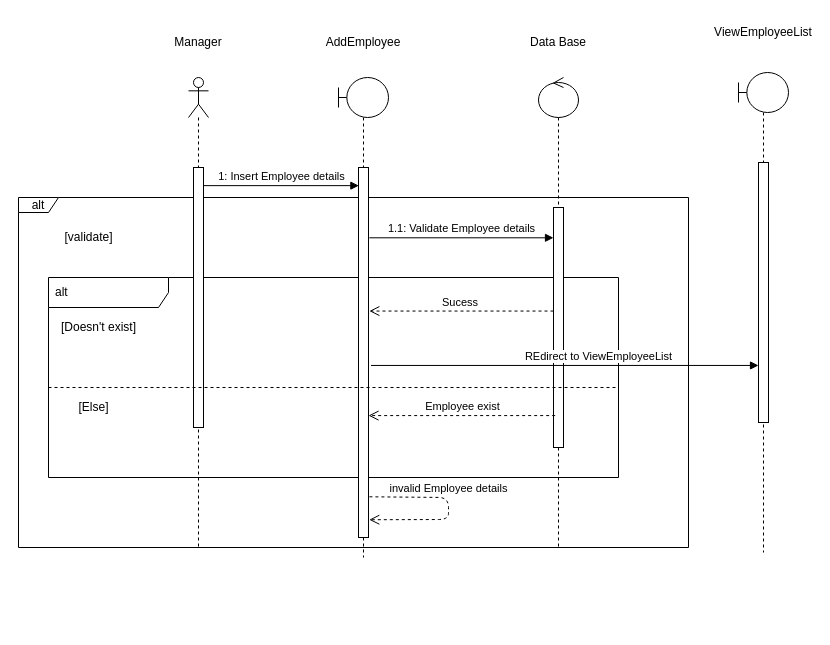
Earlier version of the draw.io diagram page "Page-2" (1 of 2) of diagram/main/Sequence/RegisterEmplyoo.drawio (bosshentai/tccCode). Source tidied: cells renumbered, new cells numbered last; positions are measured from the earlier drawing's top-left corner, leaving out a move shared by most shapes. Both pictures are drawn from the tidied source at 100%, with x=0, y=0 at pixel (18, 17).
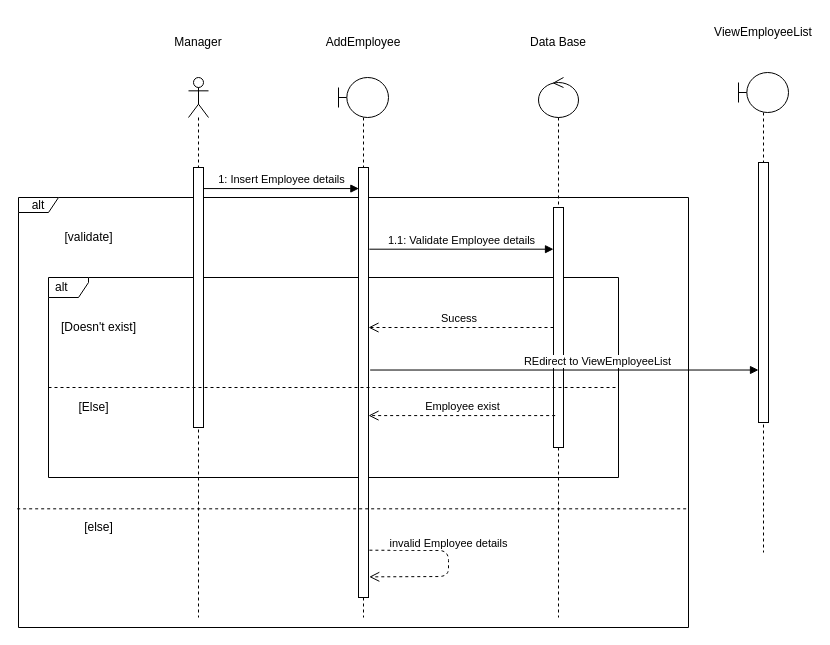
The same page after the edit.

Unchanged cells that the change refers to:
```xml
<mxCell id="15" style="html=1;points=[];perimeter=orthogonalPerimeter;" parent="1" vertex="1">
  <mxGeometry x="535" y="190" width="10" height="240" as="geometry" />
</mxCell>
<mxCell id="20" style="html=1;points=[];perimeter=orthogonalPerimeter;" parent="19" vertex="1">
  <mxGeometry x="20" y="90" width="10" height="260" as="geometry" />
</mxCell>
```

Change to the diagram source:
```diff
@@
     <mxCell id="2" value="alt" style="shape=umlFrame;whiteSpace=wrap;html=1;width=40;height=15;" parent="1" vertex="1">
-      <mxGeometry y="180" width="670" height="350" as="geometry" />
+      <mxGeometry y="180" width="670" height="430" as="geometry" />
     </mxCell>
-    <mxCell id="3" value="alt" style="shape=umlFrame;whiteSpace=wrap;html=1;width=120;height=30;boundedLbl=1;verticalAlign=middle;align=left;spacingLeft=5;" parent="1" vertex="1">
+    <mxCell id="3" value="alt" style="shape=umlFrame;whiteSpace=wrap;html=1;width=40;height=20;boundedLbl=1;verticalAlign=middle;align=left;spacingLeft=5;" parent="1" vertex="1">
       <mxGeometry x="30" y="260" width="570" height="200" as="geometry" />
     </mxCell>
     <mxCell id="4" style="shape=umlLifeline;participant=umlActor;perimeter=lifelinePerimeter;whiteSpace=wrap;html=1;verticalAlign=top;spacingTop=36;" parent="1" vertex="1">
-      <mxGeometry x="170" y="60" width="20" height="470" as="geometry" />
+      <mxGeometry x="170" y="60" width="20" height="540" as="geometry" />
     </mxCell>
@@
     <mxCell id="7" style="shape=umlLifeline;participant=umlBoundary;perimeter=lifelinePerimeter;whiteSpace=wrap;html=1;verticalAlign=top;spacingTop=36;" parent="1" vertex="1">
-      <mxGeometry x="320" y="60" width="50" height="480" as="geometry" />
+      <mxGeometry x="320" y="60" width="50" height="540" as="geometry" />
     </mxCell>
     <mxCell id="8" style="html=1;points=[];perimeter=orthogonalPerimeter;" parent="7" vertex="1">
-      <mxGeometry x="20" y="90" width="10" height="370" as="geometry" />
+      <mxGeometry x="20" y="90" width="10" height="430" as="geometry" />
     </mxCell>
     <mxCell id="9" value="invalid Employee details" style="html=1;verticalAlign=bottom;endArrow=open;dashed=1;endSize=8;entryX=1.075;entryY=0.952;entryDx=0;entryDy=0;entryPerimeter=0;exitX=1.092;exitY=0.89;exitDx=0;exitDy=0;exitPerimeter=0;" parent="7" edge="1" source="8" target="8">
       <mxGeometry x="-0.12" relative="1" as="geometry">
         <Array as="points">
-          <mxPoint x="110" y="420" />
-          <mxPoint x="110" y="442" />
+          <mxPoint x="110" y="473" />
+          <mxPoint x="110" y="499" />
         </Array>
       </mxGeometry>
     </mxCell>
@@
     <mxCell id="11" style="shape=umlLifeline;participant=umlControl;perimeter=lifelinePerimeter;whiteSpace=wrap;html=1;verticalAlign=top;spacingTop=36;" parent="1" vertex="1">
-      <mxGeometry x="520" y="60" width="40" height="470" as="geometry" />
+      <mxGeometry x="520" y="60" width="40" height="540" as="geometry" />
     </mxCell>
@@
-    <mxCell id="18" value="Sucess&amp;nbsp;" style="html=1;verticalAlign=bottom;endArrow=open;dashed=1;endSize=8;entryX=1.084;entryY=0.388;entryDx=0;entryDy=0;entryPerimeter=0;" parent="1" edge="1" source="15" target="8">
+    <mxCell id="18" value="Sucess&amp;nbsp;" style="html=1;verticalAlign=bottom;endArrow=open;dashed=1;endSize=8;" parent="1" edge="1" source="15" target="8">
       <mxGeometry relative="1" as="geometry" />
     </mxCell>
@@
-    <mxCell id="22" value="REdirect to ViewEmployeeList" style="html=1;verticalAlign=bottom;endArrow=block;exitX=1.251;exitY=0.535;exitDx=0;exitDy=0;exitPerimeter=0;" parent="1" edge="1" source="8" target="20">
+    <mxCell id="22" value="REdirect to ViewEmployeeList" style="html=1;verticalAlign=bottom;endArrow=block;exitX=1.167;exitY=0.471;exitDx=0;exitDy=0;exitPerimeter=0;" parent="1" edge="1" source="8" target="20">
       <mxGeometry x="0.17" relative="1" as="geometry" />
     </mxCell>
@@
+    <mxCell id="26" style="endArrow=none;dashed=1;html=1;exitX=-0.002;exitY=0.724;exitDx=0;exitDy=0;exitPerimeter=0;entryX=0.999;entryY=0.724;entryDx=0;entryDy=0;entryPerimeter=0;" parent="1" edge="1" source="2" target="2">
+      <mxGeometry relative="1" as="geometry" />
+    </mxCell>
+    <mxCell id="27" value="[else]" style="text;html=1;align=center;verticalAlign=middle;strokeColor=none;fillColor=none;" parent="1" vertex="1">
+      <mxGeometry x="60" y="500" width="40" height="20" as="geometry" />
+    </mxCell>
```
